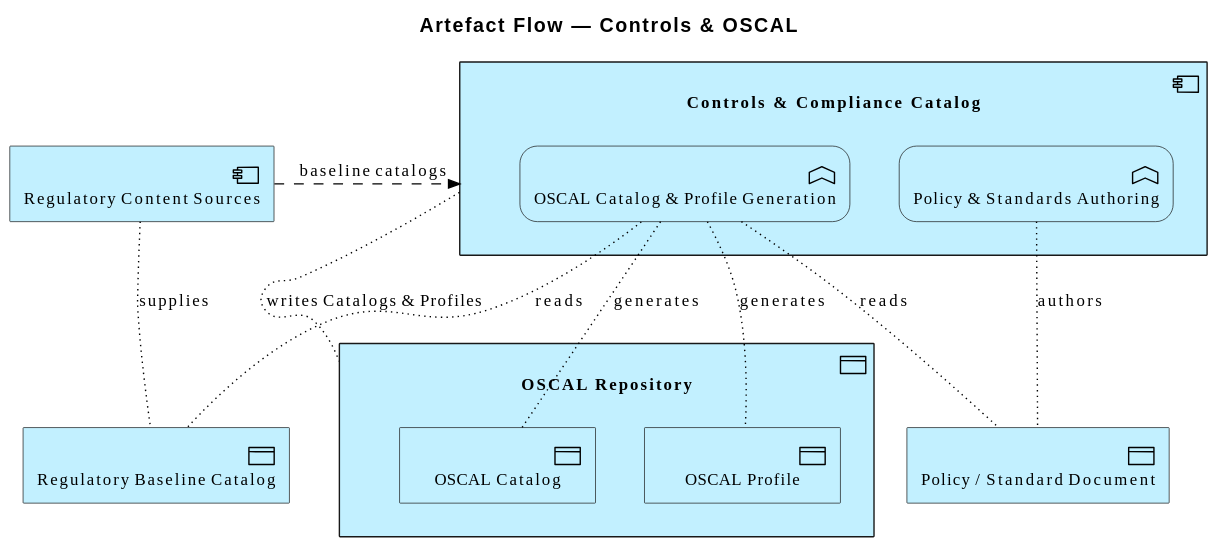
Above: architecture/model/diagrams/frictionless-architect-artefact-oscal.svg in wolffy-au/frictionless-architect (PlantUML), before the change.
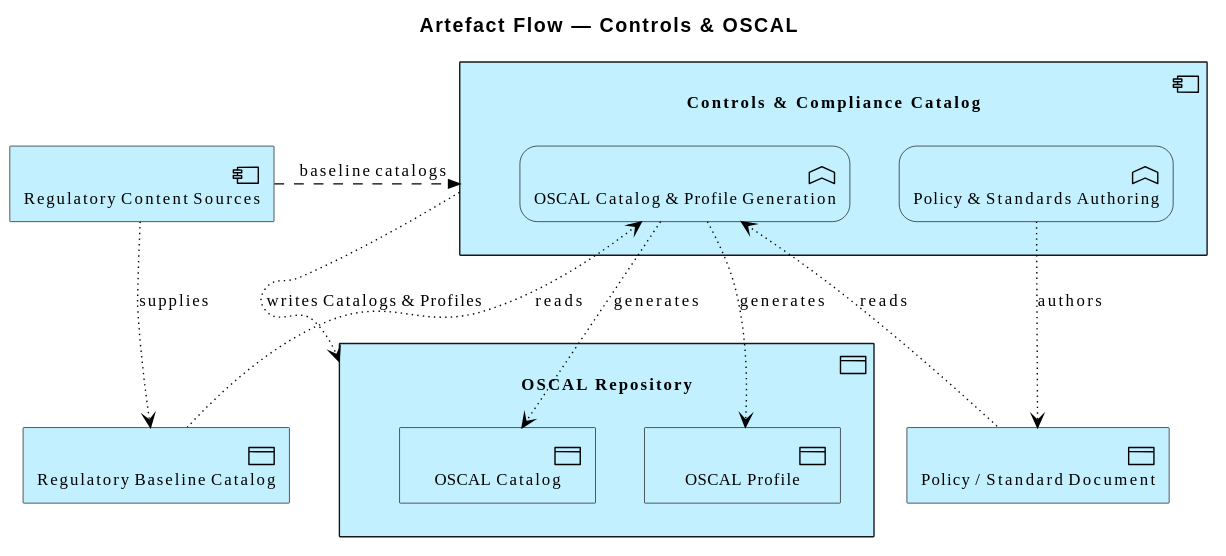
The same file after the commit.

Commit message:
fix(diagram-archimate): give Access relationships read/write arrowheads

Change to the diagram source:
```diff
@@ -16,11 +16,11 @@
 Application_DataObject(e_ida95982eb78095a, "Regulatory Baseline Catalog")
 
 Rel_Flow_Right(e_id13f9d5fb47b650, e_ide4bef3733af65a, "baseline catalogs")
-Rel_Access(e_ide4bef3733af65a, e_idb18c37abc9ff51, "writes Catalogs & Profiles")
-Rel_Access(e_id6ac934f170cd5f, e_id51129996aed75b, "authors")
-Rel_Access(e_id13f9d5fb47b650, e_ida95982eb78095a, "supplies")
-Rel_Access(e_id8926bd09002459, e_id51129996aed75b, "reads")
-Rel_Access(e_id8926bd09002459, e_ida95982eb78095a, "reads")
-Rel_Access(e_id8926bd09002459, e_idddf65887d53f57, "generates")
-Rel_Access(e_id8926bd09002459, e_id9659a679544058, "generates")
+Rel_Access_w(e_ide4bef3733af65a, e_idb18c37abc9ff51, "writes Catalogs & Profiles")
+Rel_Access_w(e_id6ac934f170cd5f, e_id51129996aed75b, "authors")
+Rel_Access_w(e_id13f9d5fb47b650, e_ida95982eb78095a, "supplies")
+Rel_Access_r(e_id8926bd09002459, e_id51129996aed75b, "reads")
+Rel_Access_r(e_id8926bd09002459, e_ida95982eb78095a, "reads")
+Rel_Access_w(e_id8926bd09002459, e_idddf65887d53f57, "generates")
+Rel_Access_w(e_id8926bd09002459, e_id9659a679544058, "generates")
 @enduml
```
